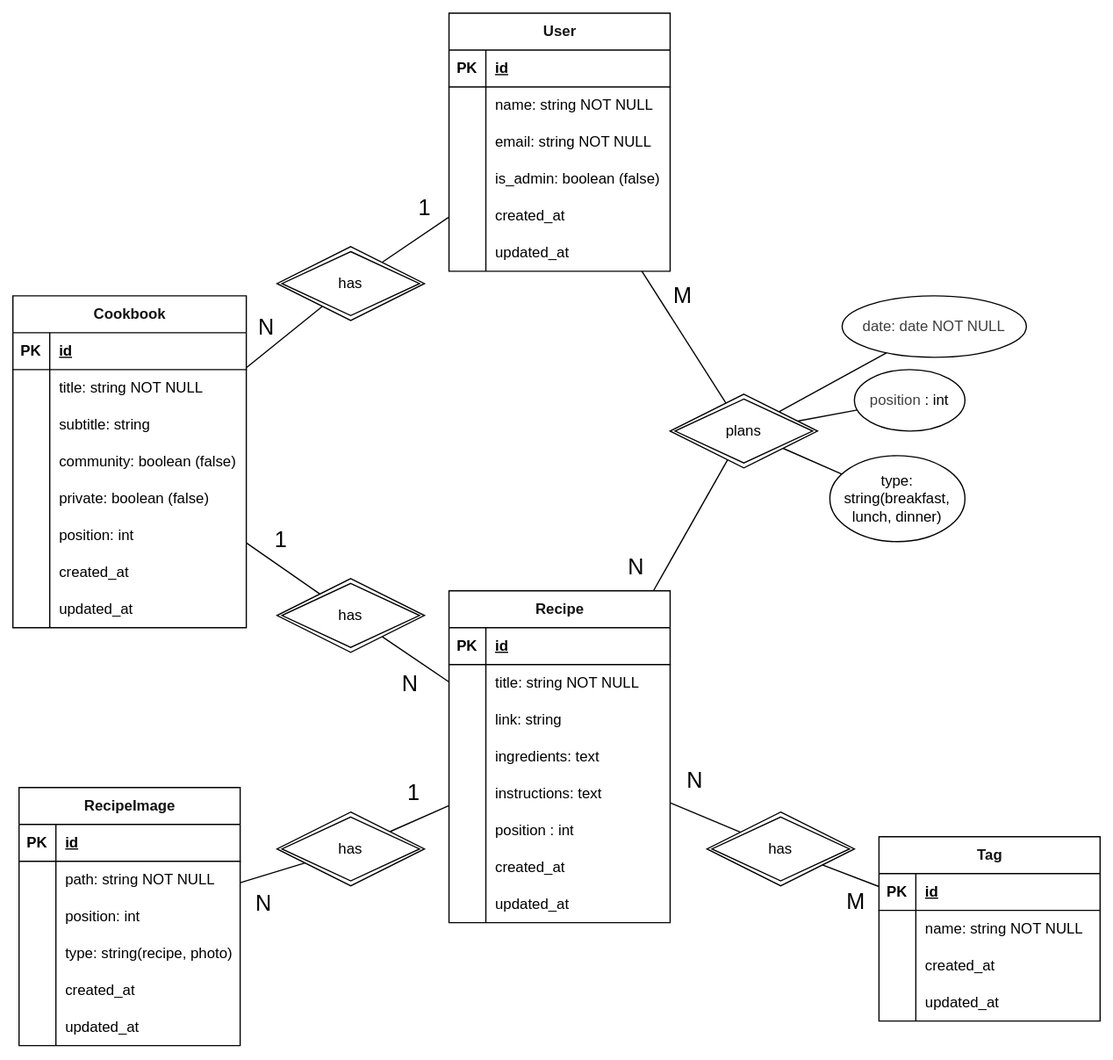
Earlier version of the draw.io export docs/diagrams/db-schema.drawio.svg (lchristmann/recipe-manager). Source tidied: cells renumbered, new cells last; positions are measured from the earlier drawing's top-left corner, leaving out a move shared by most shapes.
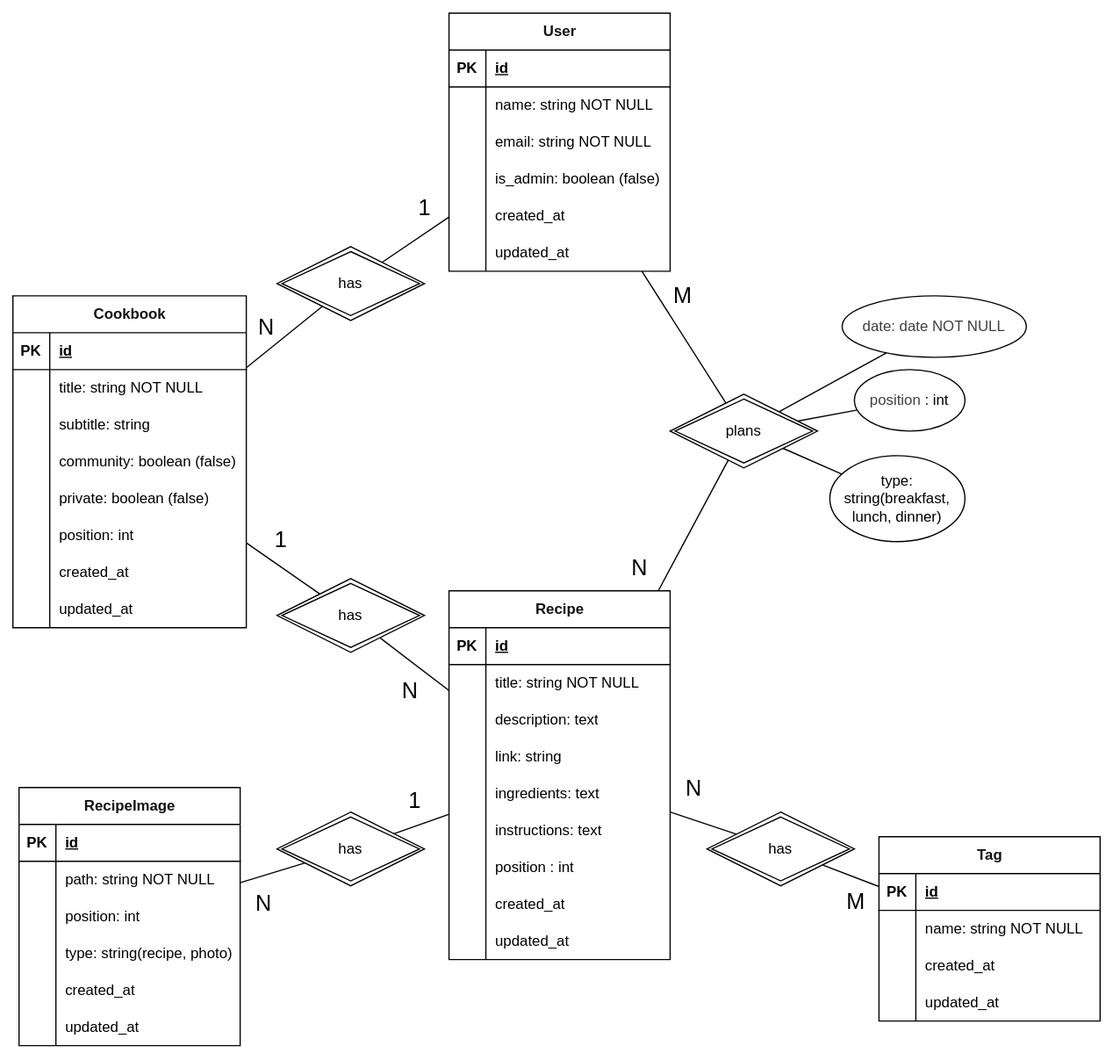
Above is the later version.

Commit message:
add description attribute to recipe

Change to the diagram source:
```diff
@@ -154,7 +154,7 @@
       <mxGeometry x="215" y="190" width="120" height="60" as="geometry" />
     </mxCell>
     <mxCell id="51" value="&lt;span style=&quot;background-color: light-dark(#ffffff, var(--ge-dark-color, #121212));&quot;&gt;&lt;font style=&quot;color: rgb(18, 18, 18);&quot;&gt;Recipe&lt;/font&gt;&lt;/span&gt;" style="shape=table;startSize=30;rowLines=0;fontStyle=1;align=center;html=1;labelBackgroundColor=default;fillColor=#FFFFFF;" parent="1" vertex="1">
-      <mxGeometry x="355" y="470" width="180" height="270" as="geometry" />
+      <mxGeometry x="355" y="470" width="180" height="300" as="geometry" />
     </mxCell>
     <mxCell id="52" style="shape=tableRow;horizontal=0;startSize=0;swimlaneHead=0;swimlaneBody=0;fillColor=none;top=0;left=0;right=0;bottom=1;" parent="51" vertex="1">
       <mxGeometry y="30" width="180" height="30" as="geometry" />
@@ -174,8 +174,17 @@
     <mxCell id="57" value="title: string NOT NULL" style="shape=partialRectangle;fillColor=none;top=0;left=0;bottom=0;right=0;align=left;spacingLeft=6;overflow=hidden;whiteSpace=wrap;html=1;" parent="55" vertex="1">
       <mxGeometry x="30" width="150" height="30" as="geometry" />
     </mxCell>
+    <mxCell id="134" style="shape=tableRow;horizontal=0;startSize=0;swimlaneHead=0;swimlaneBody=0;fillColor=none;top=0;left=0;right=0;bottom=0;" parent="51" vertex="1">
+      <mxGeometry y="90" width="180" height="30" as="geometry" />
+    </mxCell>
+    <mxCell id="135" style="shape=partialRectangle;fillColor=none;top=0;left=0;bottom=0;right=0;overflow=hidden;whiteSpace=wrap;html=1;" parent="134" vertex="1">
+      <mxGeometry width="30" height="30" as="geometry" />
+    </mxCell>
+    <mxCell id="136" value="description: text" style="shape=partialRectangle;fillColor=none;top=0;left=0;bottom=0;right=0;align=left;spacingLeft=6;overflow=hidden;whiteSpace=wrap;html=1;" parent="134" vertex="1">
+      <mxGeometry x="30" width="150" height="30" as="geometry" />
+    </mxCell>
     <mxCell id="58" style="shape=tableRow;horizontal=0;startSize=0;swimlaneHead=0;swimlaneBody=0;fillColor=none;top=0;left=0;right=0;bottom=0;" parent="51" vertex="1">
-      <mxGeometry y="90" width="180" height="30" as="geometry" />
+      <mxGeometry y="120" width="180" height="30" as="geometry" />
     </mxCell>
     <mxCell id="59" style="shape=partialRectangle;fillColor=none;top=0;left=0;bottom=0;right=0;overflow=hidden;whiteSpace=wrap;html=1;" parent="58" vertex="1">
       <mxGeometry width="30" height="30" as="geometry" />
@@ -184,7 +193,7 @@
       <mxGeometry x="30" width="150" height="30" as="geometry" />
     </mxCell>
     <mxCell id="61" style="shape=tableRow;horizontal=0;startSize=0;swimlaneHead=0;swimlaneBody=0;fillColor=none;top=0;left=0;right=0;bottom=0;" parent="51" vertex="1">
-      <mxGeometry y="120" width="180" height="30" as="geometry" />
+      <mxGeometry y="150" width="180" height="30" as="geometry" />
     </mxCell>
     <mxCell id="62" style="shape=partialRectangle;fillColor=none;top=0;left=0;bottom=0;right=0;overflow=hidden;whiteSpace=wrap;html=1;" parent="61" vertex="1">
       <mxGeometry width="30" height="30" as="geometry" />
@@ -193,7 +202,7 @@
       <mxGeometry x="30" width="150" height="30" as="geometry" />
     </mxCell>
     <mxCell id="64" style="shape=tableRow;horizontal=0;startSize=0;swimlaneHead=0;swimlaneBody=0;fillColor=none;top=0;left=0;right=0;bottom=0;" parent="51" vertex="1">
-      <mxGeometry y="150" width="180" height="30" as="geometry" />
+      <mxGeometry y="180" width="180" height="30" as="geometry" />
     </mxCell>
     <mxCell id="65" style="shape=partialRectangle;fillColor=none;top=0;left=0;bottom=0;right=0;overflow=hidden;whiteSpace=wrap;html=1;" parent="64" vertex="1">
       <mxGeometry width="30" height="30" as="geometry" />
@@ -202,7 +211,7 @@
       <mxGeometry x="30" width="150" height="30" as="geometry" />
     </mxCell>
     <mxCell id="67" style="shape=tableRow;horizontal=0;startSize=0;swimlaneHead=0;swimlaneBody=0;fillColor=none;top=0;left=0;right=0;bottom=0;" parent="51" vertex="1">
-      <mxGeometry y="180" width="180" height="30" as="geometry" />
+      <mxGeometry y="210" width="180" height="30" as="geometry" />
     </mxCell>
     <mxCell id="68" style="shape=partialRectangle;fillColor=none;top=0;left=0;bottom=0;right=0;overflow=hidden;whiteSpace=wrap;html=1;" parent="67" vertex="1">
       <mxGeometry width="30" height="30" as="geometry" />
@@ -211,7 +220,7 @@
       <mxGeometry x="30" width="150" height="30" as="geometry" />
     </mxCell>
     <mxCell id="70" style="shape=tableRow;horizontal=0;startSize=0;swimlaneHead=0;swimlaneBody=0;fillColor=none;top=0;left=0;right=0;bottom=0;" parent="51" vertex="1">
-      <mxGeometry y="210" width="180" height="30" as="geometry" />
+      <mxGeometry y="240" width="180" height="30" as="geometry" />
     </mxCell>
     <mxCell id="71" style="shape=partialRectangle;fillColor=none;top=0;left=0;bottom=0;right=0;overflow=hidden;whiteSpace=wrap;html=1;" parent="70" vertex="1">
       <mxGeometry width="30" height="30" as="geometry" />
@@ -220,7 +229,7 @@
       <mxGeometry x="30" width="150" height="30" as="geometry" />
     </mxCell>
     <mxCell id="73" style="shape=tableRow;horizontal=0;startSize=0;swimlaneHead=0;swimlaneBody=0;fillColor=none;top=0;left=0;right=0;bottom=0;" parent="51" vertex="1">
-      <mxGeometry y="240" width="180" height="30" as="geometry" />
+      <mxGeometry y="270" width="180" height="30" as="geometry" />
     </mxCell>
     <mxCell id="74" style="shape=partialRectangle;fillColor=none;top=0;left=0;bottom=0;right=0;overflow=hidden;whiteSpace=wrap;html=1;" parent="73" vertex="1">
       <mxGeometry width="30" height="30" as="geometry" />
```
